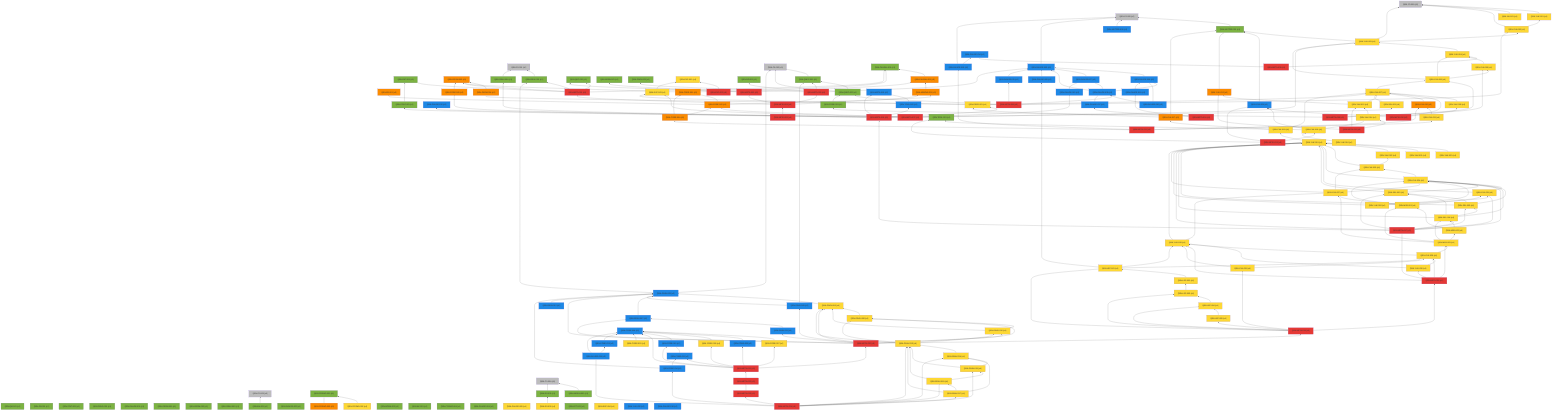
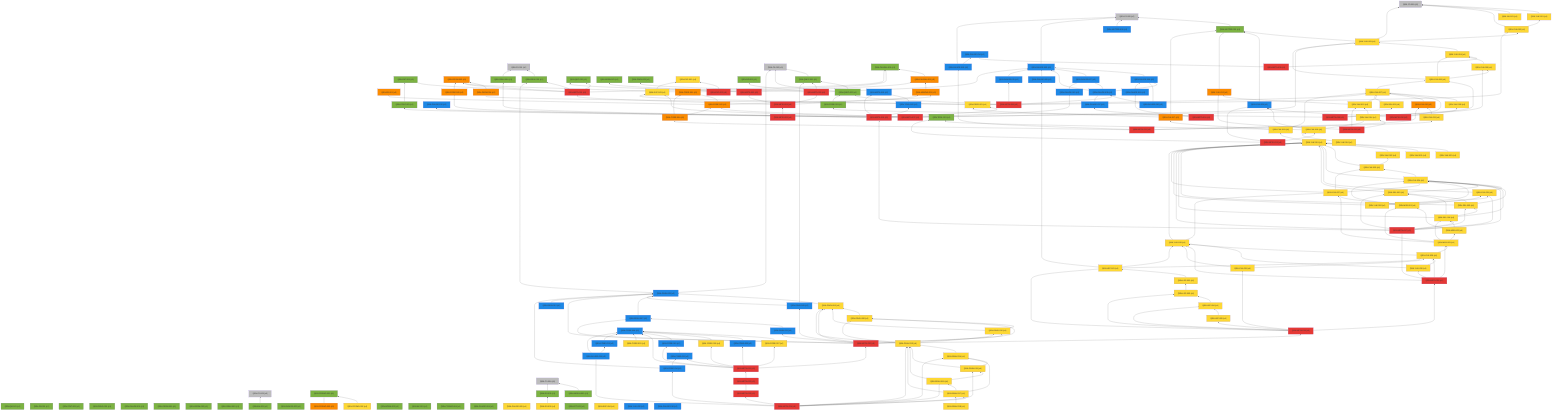
%% 自動生成 (dag/report.pl) — QRN 主張依存グラフ
graph BT
  QRN_C0_001["QRN-C0-001 (c0)"]:::c0
  QRN_C0_002["QRN-C0-002 (c0)"]:::c0
  QRN_C0_003["QRN-C0-003 (c0)"]:::c0
  QRN_C0_004["QRN-C0-004 (c0)"]:::c0
  QRN_C0_005["QRN-C0-005 (c0)"]:::c0
  QRN_C0_006["QRN-C0-006 (c0)"]:::c0
  QRN_QM_001["QRN-QM-001 (c1)"]:::c1
  QRN_GR_001["QRN-GR-001 (c1)"]:::c1
  QRN_STAT_001["QRN-STAT-001 (c1)"]:::c1
  QRN_FIELD_001["QRN-FIELD-001 (c1)"]:::c1
  QRN_GAUGE_001["QRN-GAUGE-001 (c1)"]:::c1
  QRN_ENT_001["QRN-ENT-001 (c1)"]:::c1
  QRN_GEOM_001["QRN-GEOM-001 (c1)"]:::c1
  QRN_GEOM_002["QRN-GEOM-002 (c1)"]:::c1
  QRN_GEOM_003["QRN-GEOM-003 (c3)"]:::c3
  QRN_GRAV_001["QRN-GRAV-001 (c1)"]:::c1
  QRN_GRAV_002["QRN-GRAV-002 (c1)"]:::c1
  QRN_BH_001["QRN-BH-001 (c1)"]:::c1
  QRN_CAUSAL_001["QRN-CAUSAL-001 (c1)"]:::c1
  QRN_CAUSAL_002["QRN-CAUSAL-002 (c3)"]:::c3
  QRN_ER_001["QRN-ER-001 (c3)"]:::c3
  QRN_QEC_001["QRN-QEC-001 (c1)"]:::c1
  QRN_GAUGE_002["QRN-GAUGE-002 (c1)"]:::c1
  QRN_COSMO_001["QRN-COSMO-001 (c1)"]:::c1
  QRN_COSMO_002["QRN-COSMO-002 (c4)"]:::c4
  QRN_COSMO_003["QRN-COSMO-003 (c3)"]:::c3
  QRN_BORN_001["QRN-BORN-001 (c1)"]:::c1
  QRN_BORN_002["QRN-BORN-002 (c1)"]:::c1
  QRN_GRAV_003["QRN-GRAV-003 (c1)"]:::c1
  QRN_KK_001["QRN-KK-001 (c1)"]:::c1
  QRN_MATTER_001["QRN-MATTER-001 (c1)"]:::c1
  QRN_MATTER_002["QRN-MATTER-002 (c2)"]:::c2
  QRN_COSMO_004["QRN-COSMO-004 (c1)"]:::c1
  QRN_EXP_001["QRN-EXP-001 (c4)"]:::c4
  QRN_GAUGE_003["QRN-GAUGE-003 (c2)"]:::c2
  QRN_GAUGE_004["QRN-GAUGE-004 (c1)"]:::c1
  QRN_GAUGE_005["QRN-GAUGE-005 (c4)"]:::c4
  QRN_YUK_001["QRN-YUK-001 (c4)"]:::c4
  QRN_RG_001["QRN-RG-001 (c1)"]:::c1
  QRN_UNRUH_001["QRN-UNRUH-001 (c1)"]:::c1
  QRN_QNEC_001["QRN-QNEC-001 (c1)"]:::c1
  QRN_NU_001["QRN-NU-001 (c4)"]:::c4
  QRN_GAUGE_006["QRN-GAUGE-006 (c2)"]:::c2
  QRN_DS_001["QRN-DS-001 (c1)"]:::c1
  QRN_DS_002["QRN-DS-002 (c4)"]:::c4
  QRN_ARROW_001["QRN-ARROW-001 (c3)"]:::c3
  QRN_GAUGE_007["QRN-GAUGE-007 (c2)"]:::c2
  QRN_EFT_001["QRN-EFT-001 (c1)"]:::c1
  QRN_GAUGE_008["QRN-GAUGE-008 (c2)"]:::c2
  QRN_GAUGE_009["QRN-GAUGE-009 (c2)"]:::c2
  QRN_GAUGE_010["QRN-GAUGE-010 (c2)"]:::c2
  QRN_QNEC_002["QRN-QNEC-002 (c1)"]:::c1
  QRN_GEOM_004["QRN-GEOM-004 (c3)"]:::c3
  QRN_YUK_002["QRN-YUK-002 (c4)"]:::c4
  QRN_EXP_002["QRN-EXP-002 (c5)"]:::c5
  QRN_CORE_001["QRN-CORE-001 (c3)"]:::c3
  QRN_GAUGE_011["QRN-GAUGE-011 (c2)"]:::c2
  QRN_GAUGE_012["QRN-GAUGE-012 (c2)"]:::c2
  QRN_YUK_003["QRN-YUK-003 (c4)"]:::c4
  QRN_EXP_003["QRN-EXP-003 (c4)"]:::c4
  QRN_CORE_002["QRN-CORE-002 (c3)"]:::c3
  QRN_GAUGE_013["QRN-GAUGE-013 (c2)"]:::c2
  QRN_YUK_004["QRN-YUK-004 (c4)"]:::c4
  QRN_GAUGE_014["QRN-GAUGE-014 (c2)"]:::c2
  QRN_META_001["QRN-META-001 (c5)"]:::c5
  QRN_META_002["QRN-META-002 (c5)"]:::c5
  QRN_META_003["QRN-META-003 (c5)"]:::c5
  QRN_META_004["QRN-META-004 (c5)"]:::c5
  QRN_META_005["QRN-META-005 (c5)"]:::c5
  QRN_META_006["QRN-META-006 (c5)"]:::c5
  QRN_META_007["QRN-META-007 (c5)"]:::c5
  QRN_META_008["QRN-META-008 (c5)"]:::c5
  QRN_YUK_005["QRN-YUK-005 (c4)"]:::c4
  QRN_YUK_006["QRN-YUK-006 (c4)"]:::c4
  QRN_CORE_003["QRN-CORE-003 (c1)"]:::c1
  QRN_META_009["QRN-META-009 (c5)"]:::c5
  QRN_YUK_007["QRN-YUK-007 (c4)"]:::c4
  QRN_YUK_008["QRN-YUK-008 (c4)"]:::c4
  QRN_YUK_009["QRN-YUK-009 (c2)"]:::c2
  QRN_META_010["QRN-META-010 (c5)"]:::c5
  QRN_GAUGE_015["QRN-GAUGE-015 (c2)"]:::c2
  QRN_YUK_010["QRN-YUK-010 (c3)"]:::c3
  QRN_YUK_011["QRN-YUK-011 (c4)"]:::c4
  QRN_CORE_004["QRN-CORE-004 (c3)"]:::c3
  QRN_META_011["QRN-META-011 (c5)"]:::c5
  QRN_YUK_012["QRN-YUK-012 (c3)"]:::c3
  QRN_YUK_013["QRN-YUK-013 (c4)"]:::c4
  QRN_YUK_014["QRN-YUK-014 (c4)"]:::c4
  QRN_META_012["QRN-META-012 (c5)"]:::c5
  QRN_TOOL_001["QRN-TOOL-001 (c1)"]:::c1
  QRN_YUK_015["QRN-YUK-015 (c4)"]:::c4
  QRN_META_013["QRN-META-013 (c5)"]:::c5
  QRN_GAUGE_016["QRN-GAUGE-016 (c2)"]:::c2
  QRN_GAUGE_017["QRN-GAUGE-017 (c2)"]:::c2
  QRN_META_014["QRN-META-014 (c5)"]:::c5
  QRN_META_015["QRN-META-015 (c2)"]:::c2
  QRN_TOOL_002["QRN-TOOL-002 (c2)"]:::c2
  QRN_CORE_005["QRN-CORE-005 (c3)"]:::c3
  QRN_CONT_001["QRN-CONT-001 (c1)"]:::c1
  QRN_SEL_001["QRN-SEL-001 (c4)"]:::c4
  QRN_GRAV_004["QRN-GRAV-004 (c1)"]:::c1
  QRN_PRED_001["QRN-PRED-001 (c4)"]:::c4
  QRN_META_016["QRN-META-016 (c5)"]:::c5
  QRN_YUK_016["QRN-YUK-016 (c4)"]:::c4
  QRN_YUK_017["QRN-YUK-017 (c3)"]:::c3
  QRN_YUK_018["QRN-YUK-018 (c4)"]:::c4
  QRN_YUK_019["QRN-YUK-019 (c4)"]:::c4
  QRN_YUK_020["QRN-YUK-020 (c4)"]:::c4
  QRN_YUK_021["QRN-YUK-021 (c4)"]:::c4
  QRN_YUK_022["QRN-YUK-022 (c4)"]:::c4
  QRN_YUK_023["QRN-YUK-023 (c4)"]:::c4
  QRN_YUK_024["QRN-YUK-024 (c4)"]:::c4
  QRN_YUK_025["QRN-YUK-025 (c4)"]:::c4
  QRN_SEL_002["QRN-SEL-002 (c4)"]:::c4
  QRN_SEL_003["QRN-SEL-003 (c4)"]:::c4
  QRN_SEL_004["QRN-SEL-004 (c4)"]:::c4
  QRN_META_017["QRN-META-017 (c5)"]:::c5
  QRN_YUK_026["QRN-YUK-026 (c4)"]:::c4
  QRN_YUK_027["QRN-YUK-027 (c4)"]:::c4
  QRN_MSR_001["QRN-MSR-001 (c4)"]:::c4
  QRN_MSR_002["QRN-MSR-002 (c4)"]:::c4
  QRN_MSR_003["QRN-MSR-003 (c4)"]:::c4
  QRN_YUK_028["QRN-YUK-028 (c4)"]:::c4
  QRN_YUK_029["QRN-YUK-029 (c4)"]:::c4
  QRN_YUK_030["QRN-YUK-030 (c4)"]:::c4
  QRN_META_018["QRN-META-018 (c5)"]:::c5
  QRN_YUK_031["QRN-YUK-031 (c4)"]:::c4
  QRN_LEP_001["QRN-LEP-001 (c4)"]:::c4
  QRN_LEP_002["QRN-LEP-002 (c4)"]:::c4
  QRN_LEP_003["QRN-LEP-003 (c4)"]:::c4
  QRN_LEP_004["QRN-LEP-004 (c4)"]:::c4
  QRN_LEP_005["QRN-LEP-005 (c4)"]:::c4
  QRN_META_019["QRN-META-019 (c5)"]:::c5
  QRN_GRAV_005["QRN-GRAV-005 (c2)"]:::c2
  QRN_GRAV_006["QRN-GRAV-006 (c4)"]:::c4
  QRN_GRAV_007["QRN-GRAV-007 (c2)"]:::c2
  QRN_GRAV_008["QRN-GRAV-008 (c4)"]:::c4
  QRN_GRAV_009["QRN-GRAV-009 (c2)"]:::c2
  QRN_GRAV_010["QRN-GRAV-010 (c4)"]:::c4
  QRN_GRAV_011["QRN-GRAV-011 (c2)"]:::c2
  QRN_META_020["QRN-META-020 (c5)"]:::c5
  QRN_CORE_006["QRN-CORE-006 (c2)"]:::c2
  QRN_CORE_007["QRN-CORE-007 (c4)"]:::c4
  QRN_CORE_008["QRN-CORE-008 (c2)"]:::c2
  QRN_CORE_009["QRN-CORE-009 (c4)"]:::c4
  QRN_CORE_010["QRN-CORE-010 (c2)"]:::c2
  QRN_CORE_011["QRN-CORE-011 (c2)"]:::c2
  QRN_META_021["QRN-META-021 (c5)"]:::c5
  QRN_CORE_012["QRN-CORE-012 (c4)"]:::c4
  QRN_EXP_004["QRN-EXP-004 (c4)"]:::c4
  QRN_CORE_013["QRN-CORE-013 (c2)"]:::c2
  QRN_GRAV_012["QRN-GRAV-012 (c2)"]:::c2
  QRN_YUK_032["QRN-YUK-032 (c2)"]:::c2
  QRN_GAUGE_018["QRN-GAUGE-018 (c2)"]:::c2
  QRN_META_022["QRN-META-022 (c5)"]:::c5
  QRN_META_023["QRN-META-023 (c5)"]:::c5
  QRN_CORE_014["QRN-CORE-014 (c2)"]:::c2
  QRN_GRAV_013["QRN-GRAV-013 (c4)"]:::c4
  QRN_GRAV_014["QRN-GRAV-014 (c4)"]:::c4
  QRN_GRAV_015["QRN-GRAV-015 (c4)"]:::c4
  QRN_GRAV_016["QRN-GRAV-016 (c4)"]:::c4
  QRN_GRAV_017["QRN-GRAV-017 (c4)"]:::c4
  QRN_GAUGE_019["QRN-GAUGE-019 (c2)"]:::c2
  QRN_META_024["QRN-META-024 (c5)"]:::c5
+   QRN_GRAV_018["QRN-GRAV-018 (c4)"]:::c4
  QRN_GRAV_001 --> QRN_C0_001
  QRN_BH_001 --> QRN_C0_003
  QRN_CAUSAL_002 --> QRN_CAUSAL_001
  QRN_COSMO_002 --> QRN_COSMO_001
  QRN_COSMO_003 --> QRN_COSMO_001
  QRN_MATTER_001 --> QRN_C0_005
  QRN_MATTER_002 --> QRN_C0_005
  QRN_GAUGE_003 --> QRN_C0_005
  QRN_YUK_001 --> QRN_C0_006
  QRN_UNRUH_001 --> QRN_C0_004
  QRN_QNEC_001 --> QRN_C0_002
  QRN_NU_001 --> QRN_C0_006
  QRN_GAUGE_006 --> QRN_GAUGE_003
  QRN_DS_001 --> QRN_C0_004
  QRN_DS_002 --> QRN_DS_001
  QRN_ARROW_001 --> QRN_CAUSAL_002
  QRN_GAUGE_007 --> QRN_GAUGE_003
  QRN_GAUGE_008 --> QRN_GAUGE_003
  QRN_GAUGE_008 --> QRN_GAUGE_006
  QRN_GAUGE_008 --> QRN_GAUGE_007
  QRN_GAUGE_009 --> QRN_GAUGE_003
  QRN_GAUGE_010 --> QRN_GAUGE_006
  QRN_GAUGE_010 --> QRN_GAUGE_008
  QRN_QNEC_002 --> QRN_C0_002
  QRN_QNEC_002 --> QRN_QNEC_001
  QRN_GEOM_004 --> QRN_GEOM_003
  QRN_YUK_002 --> QRN_C0_006
  QRN_YUK_002 --> QRN_YUK_001
  QRN_EXP_002 --> QRN_EXP_001
  QRN_CORE_001 --> QRN_GEOM_003
  QRN_CORE_001 --> QRN_CAUSAL_001
  QRN_GAUGE_011 --> QRN_GAUGE_003
  QRN_YUK_003 --> QRN_C0_006
  QRN_YUK_003 --> QRN_MATTER_001
  QRN_YUK_003 --> QRN_YUK_002
  QRN_EXP_003 --> QRN_EXP_001
  QRN_CORE_002 --> QRN_CORE_001
  QRN_CORE_002 --> QRN_ER_001
  QRN_CORE_002 --> QRN_ARROW_001
  QRN_GAUGE_013 --> QRN_GAUGE_007
  QRN_YUK_004 --> QRN_YUK_003
  QRN_META_001 --> QRN_GEOM_003
  QRN_META_001 --> QRN_GRAV_001
  QRN_META_001 --> QRN_CAUSAL_001
  QRN_META_001 --> QRN_QEC_001
  QRN_META_001 --> QRN_ENT_001
  QRN_META_002 --> QRN_QEC_001
  QRN_META_002 --> QRN_BORN_001
  QRN_META_002 --> QRN_CAUSAL_002
  QRN_META_003 --> QRN_GAUGE_003
  QRN_META_003 --> QRN_RG_001
  QRN_META_003 --> QRN_QNEC_001
  QRN_META_003 --> QRN_GRAV_003
  QRN_META_004 --> QRN_META_001
  QRN_META_004 --> QRN_META_002
  QRN_META_004 --> QRN_META_003
  QRN_META_004 --> QRN_ARROW_001
  QRN_META_005 --> QRN_META_004
  QRN_META_006 --> QRN_GAUGE_008
  QRN_META_006 --> QRN_QNEC_002
  QRN_META_006 --> QRN_GEOM_004
  QRN_META_006 --> QRN_YUK_002
  QRN_META_006 --> QRN_GAUGE_011
  QRN_META_007 --> QRN_GAUGE_012
  QRN_META_007 --> QRN_YUK_003
  QRN_META_007 --> QRN_EXP_003
  QRN_META_007 --> QRN_CORE_002
  QRN_META_007 --> QRN_GAUGE_013
  QRN_META_008 --> QRN_YUK_004
  QRN_META_008 --> QRN_GAUGE_014
  QRN_YUK_005 --> QRN_YUK_004
  QRN_YUK_006 --> QRN_YUK_003
  QRN_YUK_006 --> QRN_YUK_004
  QRN_YUK_006 --> QRN_YUK_005
  QRN_CORE_003 --> QRN_QNEC_002
  QRN_META_009 --> QRN_YUK_005
  QRN_META_009 --> QRN_YUK_006
  QRN_META_009 --> QRN_CORE_003
  QRN_YUK_007 --> QRN_YUK_006
  QRN_YUK_008 --> QRN_YUK_007
  QRN_YUK_009 --> QRN_MATTER_001
  QRN_META_010 --> QRN_YUK_007
  QRN_META_010 --> QRN_YUK_008
  QRN_META_010 --> QRN_YUK_009
  QRN_GAUGE_015 --> QRN_C0_005
  QRN_GAUGE_015 --> QRN_GAUGE_014
  QRN_YUK_010 --> QRN_YUK_007
  QRN_YUK_011 --> QRN_YUK_010
  QRN_CORE_004 --> QRN_CORE_001
  QRN_CORE_004 --> QRN_CORE_002
  QRN_META_011 --> QRN_GAUGE_015
  QRN_META_011 --> QRN_YUK_010
  QRN_META_011 --> QRN_YUK_011
  QRN_META_011 --> QRN_CORE_004
  QRN_YUK_012 --> QRN_MATTER_001
  QRN_YUK_013 --> QRN_YUK_012
  QRN_YUK_013 --> QRN_YUK_007
  QRN_YUK_014 --> QRN_YUK_013
  QRN_META_012 --> QRN_YUK_012
  QRN_META_012 --> QRN_YUK_013
  QRN_META_012 --> QRN_YUK_014
  QRN_YUK_015 --> QRN_YUK_014
  QRN_YUK_015 --> QRN_TOOL_001
  QRN_YUK_015 --> QRN_YUK_009
  QRN_META_013 --> QRN_YUK_015
  QRN_META_013 --> QRN_TOOL_001
  QRN_META_013 --> QRN_YUK_009
  QRN_GAUGE_016 --> QRN_GAUGE_006
  QRN_GAUGE_017 --> QRN_GAUGE_008
  QRN_META_014 --> QRN_GAUGE_016
  QRN_META_014 --> QRN_GAUGE_017
  QRN_TOOL_002 --> QRN_META_015
  QRN_CORE_005 --> QRN_GEOM_003
  QRN_CONT_001 --> QRN_ENT_001
  QRN_SEL_001 --> QRN_YUK_007
  QRN_GRAV_004 --> QRN_C0_001
  QRN_PRED_001 --> QRN_YUK_007
  QRN_PRED_001 --> QRN_EXP_003
  QRN_META_016 --> QRN_META_015
  QRN_META_016 --> QRN_TOOL_002
  QRN_META_016 --> QRN_CORE_005
  QRN_META_016 --> QRN_CONT_001
  QRN_META_016 --> QRN_SEL_001
  QRN_META_016 --> QRN_GRAV_004
  QRN_META_016 --> QRN_PRED_001
  QRN_YUK_016 --> QRN_YUK_015
  QRN_YUK_017 --> QRN_MATTER_001
  QRN_YUK_017 --> QRN_PRED_001
  QRN_YUK_018 --> QRN_YUK_017
  QRN_YUK_018 --> QRN_YUK_007
  QRN_YUK_019 --> QRN_YUK_018
  QRN_YUK_020 --> QRN_YUK_019
  QRN_YUK_021 --> QRN_YUK_019
  QRN_YUK_022 --> QRN_YUK_019
  QRN_YUK_023 --> QRN_YUK_019
  QRN_YUK_023 --> QRN_YUK_022
  QRN_YUK_024 --> QRN_YUK_019
  QRN_YUK_024 --> QRN_YUK_023
  QRN_YUK_025 --> QRN_YUK_019
  QRN_YUK_025 --> QRN_YUK_024
  QRN_SEL_002 --> QRN_YUK_019
  QRN_SEL_002 --> QRN_YUK_024
  QRN_SEL_003 --> QRN_YUK_019
  QRN_SEL_003 --> QRN_YUK_024
  QRN_SEL_003 --> QRN_SEL_002
  QRN_SEL_004 --> QRN_YUK_019
  QRN_SEL_004 --> QRN_YUK_024
  QRN_SEL_004 --> QRN_SEL_002
  QRN_SEL_004 --> QRN_SEL_003
  QRN_META_017 --> QRN_META_016
  QRN_META_017 --> QRN_YUK_019
  QRN_META_017 --> QRN_YUK_024
  QRN_META_017 --> QRN_YUK_025
  QRN_META_017 --> QRN_SEL_002
  QRN_META_017 --> QRN_SEL_003
  QRN_META_017 --> QRN_SEL_004
  QRN_YUK_026 --> QRN_YUK_019
  QRN_YUK_026 --> QRN_YUK_024
  QRN_YUK_026 --> QRN_YUK_025
  QRN_YUK_027 --> QRN_YUK_019
  QRN_YUK_027 --> QRN_YUK_023
  QRN_YUK_027 --> QRN_YUK_024
  QRN_MSR_001 --> QRN_YUK_024
  QRN_MSR_001 --> QRN_YUK_025
  QRN_MSR_001 --> QRN_YUK_027
  QRN_MSR_002 --> QRN_SEL_004
  QRN_MSR_002 --> QRN_MSR_001
  QRN_MSR_003 --> QRN_MSR_001
  QRN_MSR_003 --> QRN_MSR_002
  QRN_MSR_003 --> QRN_SEL_004
  QRN_MSR_003 --> QRN_YUK_027
  QRN_YUK_028 --> QRN_YUK_019
  QRN_YUK_028 --> QRN_YUK_027
  QRN_YUK_029 --> QRN_YUK_028
  QRN_YUK_029 --> QRN_MSR_003
  QRN_YUK_030 --> QRN_YUK_028
  QRN_YUK_030 --> QRN_YUK_029
  QRN_META_018 --> QRN_META_017
  QRN_META_018 --> QRN_MSR_003
  QRN_META_018 --> QRN_YUK_028
  QRN_META_018 --> QRN_YUK_029
  QRN_META_018 --> QRN_YUK_030
  QRN_YUK_031 --> QRN_YUK_028
  QRN_YUK_031 --> QRN_YUK_029
  QRN_LEP_001 --> QRN_YUK_028
  QRN_LEP_001 --> QRN_YUK_029
  QRN_LEP_001 --> QRN_GAUGE_009
  QRN_LEP_002 --> QRN_LEP_001
  QRN_LEP_003 --> QRN_LEP_002
  QRN_LEP_004 --> QRN_LEP_003
  QRN_LEP_005 --> QRN_LEP_004
  QRN_META_019 --> QRN_META_018
  QRN_META_019 --> QRN_YUK_031
  QRN_META_019 --> QRN_LEP_001
  QRN_META_019 --> QRN_LEP_003
  QRN_META_019 --> QRN_LEP_004
  QRN_META_019 --> QRN_LEP_005
  QRN_GRAV_005 --> QRN_C0_002
  QRN_GRAV_005 --> QRN_GRAV_001
  QRN_GRAV_006 --> QRN_GRAV_005
  QRN_GRAV_007 --> QRN_GRAV_005
  QRN_GRAV_008 --> QRN_GRAV_006
  QRN_GRAV_009 --> QRN_GRAV_005
  QRN_GRAV_009 --> QRN_QNEC_001
  QRN_GRAV_010 --> QRN_GRAV_006
  QRN_GRAV_010 --> QRN_GRAV_008
  QRN_GRAV_011 --> QRN_GRAV_007
  QRN_META_020 --> QRN_META_019
  QRN_META_020 --> QRN_GRAV_005
  QRN_META_020 --> QRN_GRAV_006
  QRN_META_020 --> QRN_GRAV_007
  QRN_META_020 --> QRN_GRAV_008
  QRN_META_020 --> QRN_GRAV_009
  QRN_META_020 --> QRN_GRAV_010
  QRN_META_020 --> QRN_GRAV_011
  QRN_CORE_007 --> QRN_CORE_006
  QRN_CORE_008 --> QRN_CORE_006
  QRN_CORE_009 --> QRN_CORE_006
  QRN_CORE_010 --> QRN_CORE_006
  QRN_CORE_011 --> QRN_CORE_010
  QRN_META_021 --> QRN_META_020
  QRN_META_021 --> QRN_CORE_006
  QRN_META_021 --> QRN_CORE_007
  QRN_META_021 --> QRN_CORE_008
  QRN_META_021 --> QRN_CORE_009
  QRN_META_021 --> QRN_CORE_010
  QRN_META_021 --> QRN_CORE_011
  QRN_CORE_012 --> QRN_CORE_006
  QRN_CORE_013 --> QRN_CORE_006
  QRN_GRAV_012 --> QRN_GRAV_005
  QRN_META_022 --> QRN_META_021
  QRN_META_023 --> QRN_META_022
  QRN_CORE_014 --> QRN_CORE_011
  QRN_CORE_014 --> QRN_GRAV_005
  QRN_GRAV_013 --> QRN_GRAV_006
  QRN_GRAV_013 --> QRN_GRAV_008
  QRN_GRAV_013 --> QRN_GRAV_010
  QRN_GRAV_014 --> QRN_GRAV_013
  QRN_GRAV_015 --> QRN_GRAV_013
  QRN_GRAV_015 --> QRN_GRAV_014
  QRN_GRAV_016 --> QRN_GRAV_013
  QRN_GRAV_016 --> QRN_GRAV_015
  QRN_GRAV_017 --> QRN_GRAV_013
  QRN_GRAV_017 --> QRN_GRAV_014
  QRN_GRAV_017 --> QRN_GRAV_016
  QRN_GAUGE_019 --> QRN_CORE_006
  QRN_GAUGE_019 --> QRN_CORE_013
  QRN_META_024 --> QRN_CORE_014
  QRN_META_024 --> QRN_GRAV_013
  QRN_META_024 --> QRN_GRAV_014
  QRN_META_024 --> QRN_GRAV_015
  QRN_META_024 --> QRN_GRAV_016
  QRN_META_024 --> QRN_GRAV_017
  QRN_META_024 --> QRN_GAUGE_019
  QRN_META_024 --> QRN_META_023
+   QRN_GRAV_018 --> QRN_GRAV_017
  classDef c0 fill:#bdbdbd
  classDef c1 fill:#7cb342
  classDef c2 fill:#1e88e5
  classDef c3 fill:#fb8c00
  classDef c4 fill:#fdd835
  classDef c5 fill:#e53935
